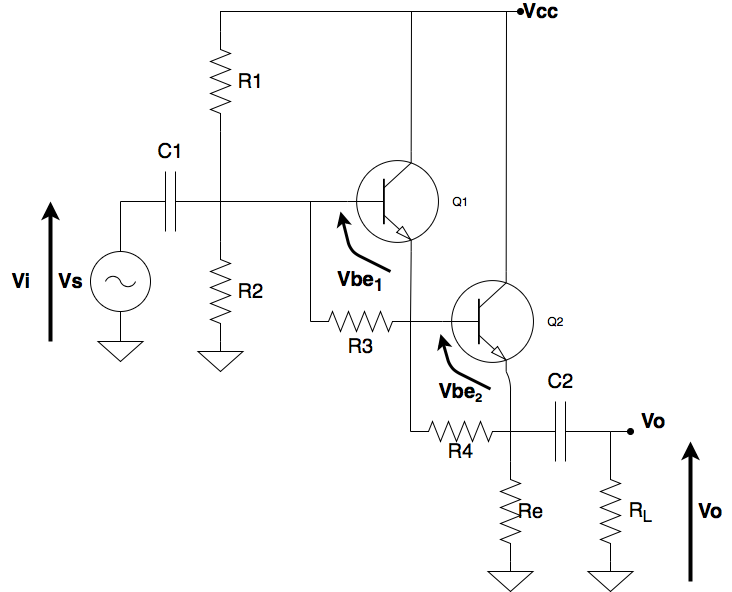
Before: TP1/Informe/Imagenes/darlington_tp.png, a diagram exported from draw.io (malenamuller/Electronica_1). Source tidied: cells renumbered, new cells last; positions are measured from the earlier drawing's top-left corner, leaving out a move shared by most shapes. Source of this version:
```xml
<mxGraphModel>
  <root>
    <mxCell id="0" />
    <mxCell id="1" parent="0" />
    <mxCell id="2" style="verticalLabelPosition=bottom;shadow=0;dashed=0;align=center;fillColor=#ffffff;html=1;verticalAlign=top;strokeWidth=1;shape=mxgraph.electrical.transistors.npn_transistor_1;" parent="1" vertex="1">
      <mxGeometry x="345" y="150" width="95" height="100" as="geometry" />
    </mxCell>
    <mxCell id="3" style="verticalLabelPosition=bottom;shadow=0;dashed=0;align=center;fillColor=#ffffff;html=1;verticalAlign=top;strokeWidth=1;shape=mxgraph.electrical.transistors.npn_transistor_1;" parent="1" vertex="1">
      <mxGeometry x="440" y="270" width="95" height="100" as="geometry" />
    </mxCell>
    <mxCell id="4" style="endArrow=none;html=1;entryX=0.7;entryY=1;entryDx=0;entryDy=0;entryPerimeter=0;exitX=0;exitY=0.5;exitDx=0;exitDy=0;exitPerimeter=0;rounded=0;" parent="1" edge="1" source="3" target="2">
      <mxGeometry relative="1" as="geometry">
        <Array as="points">
          <mxPoint x="410" y="320" />
        </Array>
      </mxGeometry>
    </mxCell>
    <mxCell id="5" style="verticalLabelPosition=bottom;shadow=0;dashed=0;align=center;fillColor=#ffffff;html=1;verticalAlign=top;strokeWidth=1;shape=mxgraph.electrical.resistors.resistor_2;" parent="1" vertex="1">
      <mxGeometry x="310" y="310" width="100" height="20" as="geometry" />
    </mxCell>
    <mxCell id="6" style="verticalLabelPosition=bottom;shadow=0;dashed=0;align=center;fillColor=#ffffff;html=1;verticalAlign=top;strokeWidth=1;shape=mxgraph.electrical.resistors.resistor_2;" parent="1" vertex="1">
      <mxGeometry x="410" y="420" width="100" height="20" as="geometry" />
    </mxCell>
    <mxCell id="7" style="verticalLabelPosition=bottom;shadow=0;dashed=0;align=center;fillColor=#ffffff;html=1;verticalAlign=top;strokeWidth=1;shape=mxgraph.electrical.resistors.resistor_2;rotation=-90;" parent="1" vertex="1">
      <mxGeometry x="460" y="500" width="100" height="20" as="geometry" />
    </mxCell>
    <mxCell id="8" style="endArrow=none;html=1;entryX=1;entryY=0.5;entryDx=0;entryDy=0;entryPerimeter=0;" parent="1" edge="1" target="5">
      <mxGeometry relative="1" as="geometry">
        <mxPoint x="410" y="430" as="sourcePoint" />
      </mxGeometry>
    </mxCell>
    <mxCell id="9" style="endArrow=none;html=1;entryX=0.7;entryY=1;entryDx=0;entryDy=0;entryPerimeter=0;exitX=1;exitY=0.5;exitDx=0;exitDy=0;exitPerimeter=0;" parent="1" edge="1" source="6" target="3">
      <mxGeometry relative="1" as="geometry">
        <Array as="points">
          <mxPoint x="510" y="380" />
        </Array>
      </mxGeometry>
    </mxCell>
    <mxCell id="10" style="verticalLabelPosition=bottom;shadow=0;dashed=0;align=center;fillColor=#ffffff;html=1;verticalAlign=top;strokeWidth=1;shape=mxgraph.electrical.capacitors.capacitor_1;" parent="1" vertex="1">
      <mxGeometry x="510" y="400" width="100" height="60" as="geometry" />
    </mxCell>
    <mxCell id="11" style="verticalLabelPosition=bottom;shadow=0;dashed=0;align=center;fillColor=#ffffff;html=1;verticalAlign=top;strokeWidth=1;shape=mxgraph.electrical.resistors.resistor_2;rotation=-90;" parent="1" vertex="1">
      <mxGeometry x="560" y="500" width="100" height="20" as="geometry" />
    </mxCell>
    <mxCell id="12" style="endArrow=none;html=1;entryX=0;entryY=0.5;entryDx=0;entryDy=0;entryPerimeter=0;exitX=1;exitY=0.5;exitDx=0;exitDy=0;exitPerimeter=0;" parent="1" edge="1" source="7" target="10">
      <mxGeometry relative="1" as="geometry" />
    </mxCell>
    <mxCell id="13" style="endArrow=none;html=1;entryX=0;entryY=0.5;entryDx=0;entryDy=0;entryPerimeter=0;exitX=1;exitY=0.5;exitDx=0;exitDy=0;exitPerimeter=0;" parent="1" edge="1">
      <mxGeometry relative="1" as="geometry">
        <mxPoint x="610" y="470" as="sourcePoint" />
        <mxPoint x="610" y="430" as="targetPoint" />
      </mxGeometry>
    </mxCell>
    <mxCell id="14" style="endArrow=none;html=1;exitX=0;exitY=0.5;exitDx=0;exitDy=0;exitPerimeter=0;entryX=0;entryY=0.5;entryDx=0;entryDy=0;entryPerimeter=0;rounded=0;" parent="1" edge="1" source="5" target="2">
      <mxGeometry relative="1" as="geometry">
        <Array as="points">
          <mxPoint x="310" y="200" />
        </Array>
      </mxGeometry>
    </mxCell>
    <mxCell id="15" style="verticalLabelPosition=bottom;shadow=0;dashed=0;align=center;fillColor=#ffffff;html=1;verticalAlign=top;strokeWidth=1;shape=mxgraph.electrical.resistors.resistor_2;rotation=-90;" parent="1" vertex="1">
      <mxGeometry x="170" y="280" width="100" height="20" as="geometry" />
    </mxCell>
    <mxCell id="16" style="endArrow=none;html=1;exitX=1;exitY=0.5;exitDx=0;exitDy=0;exitPerimeter=0;rounded=0;" parent="1" edge="1">
      <mxGeometry relative="1" as="geometry">
        <mxPoint x="220" y="240" as="sourcePoint" />
        <mxPoint x="320" y="200" as="targetPoint" />
        <Array as="points">
          <mxPoint x="220" y="200" />
        </Array>
      </mxGeometry>
    </mxCell>
    <mxCell id="17" style="verticalLabelPosition=bottom;shadow=0;dashed=0;align=center;fillColor=#ffffff;html=1;verticalAlign=top;strokeWidth=1;shape=mxgraph.electrical.capacitors.capacitor_1;" parent="1" vertex="1">
      <mxGeometry x="120" y="170" width="100" height="60" as="geometry" />
    </mxCell>
    <mxCell id="18" style="verticalLabelPosition=bottom;shadow=0;dashed=0;align=center;fillColor=#ffffff;html=1;verticalAlign=top;strokeWidth=1;shape=mxgraph.electrical.signal_sources.ac_source;" parent="1" vertex="1">
      <mxGeometry x="90" y="250" width="60" height="60" as="geometry" />
    </mxCell>
    <mxCell id="19" style="endArrow=none;html=1;entryX=0;entryY=0.5;entryDx=0;entryDy=0;entryPerimeter=0;exitX=0.5;exitY=0;exitDx=0;exitDy=0;exitPerimeter=0;" parent="1" edge="1" source="18" target="17">
      <mxGeometry relative="1" as="geometry" />
    </mxCell>
    <mxCell id="20" style="endArrow=none;html=1;entryX=0.5;entryY=1;entryDx=0;entryDy=0;entryPerimeter=0;" parent="1" edge="1" target="18">
      <mxGeometry relative="1" as="geometry">
        <mxPoint x="120" y="340" as="sourcePoint" />
      </mxGeometry>
    </mxCell>
    <mxCell id="21" style="verticalLabelPosition=bottom;shadow=0;dashed=0;align=center;fillColor=#ffffff;html=1;verticalAlign=top;strokeWidth=1;shape=mxgraph.electrical.signal_sources.signal_ground;" parent="1" vertex="1">
      <mxGeometry x="97.5" y="330" width="45" height="30" as="geometry" />
    </mxCell>
    <mxCell id="22" style="verticalLabelPosition=bottom;shadow=0;dashed=0;align=center;fillColor=#ffffff;html=1;verticalAlign=top;strokeWidth=1;shape=mxgraph.electrical.signal_sources.signal_ground;" parent="1" vertex="1">
      <mxGeometry x="197.5" y="340" width="45" height="30" as="geometry" />
    </mxCell>
    <mxCell id="23" style="verticalLabelPosition=bottom;shadow=0;dashed=0;align=center;fillColor=#ffffff;html=1;verticalAlign=top;strokeWidth=1;shape=mxgraph.electrical.signal_sources.signal_ground;" parent="1" vertex="1">
      <mxGeometry x="487.5" y="560" width="45" height="30" as="geometry" />
    </mxCell>
    <mxCell id="24" style="verticalLabelPosition=bottom;shadow=0;dashed=0;align=center;fillColor=#ffffff;html=1;verticalAlign=top;strokeWidth=1;shape=mxgraph.electrical.signal_sources.signal_ground;" parent="1" vertex="1">
      <mxGeometry x="587.5" y="560" width="45" height="30" as="geometry" />
    </mxCell>
    <mxCell id="25" style="verticalLabelPosition=bottom;shadow=0;dashed=0;align=center;fillColor=#ffffff;html=1;verticalAlign=top;strokeWidth=1;shape=mxgraph.electrical.resistors.resistor_2;rotation=-90;" parent="1" vertex="1">
      <mxGeometry x="170" y="70" width="100" height="20" as="geometry" />
    </mxCell>
    <mxCell id="26" style="endArrow=none;html=1;entryX=0;entryY=0.5;entryDx=0;entryDy=0;entryPerimeter=0;exitX=1;exitY=0.5;exitDx=0;exitDy=0;exitPerimeter=0;" parent="1" edge="1" source="17" target="25">
      <mxGeometry relative="1" as="geometry" />
    </mxCell>
    <mxCell id="27" style="endArrow=none;html=1;entryX=0.7;entryY=0;entryDx=0;entryDy=0;entryPerimeter=0;" parent="1" edge="1" target="3">
      <mxGeometry relative="1" as="geometry">
        <mxPoint x="506" y="10" as="sourcePoint" />
      </mxGeometry>
    </mxCell>
    <mxCell id="28" style="endArrow=none;html=1;entryX=0.7;entryY=0;entryDx=0;entryDy=0;entryPerimeter=0;rounded=0;startArrow=oval;startFill=1;" parent="1" edge="1" target="2">
      <mxGeometry relative="1" as="geometry">
        <mxPoint x="520" y="10" as="sourcePoint" />
        <Array as="points">
          <mxPoint x="460" y="10" />
          <mxPoint x="411" y="10" />
        </Array>
      </mxGeometry>
    </mxCell>
    <mxCell id="29" style="endArrow=none;html=1;exitX=1;exitY=0.5;exitDx=0;exitDy=0;exitPerimeter=0;rounded=0;" parent="1" edge="1" source="25">
      <mxGeometry relative="1" as="geometry">
        <mxPoint x="420" y="10" as="targetPoint" />
        <Array as="points">
          <mxPoint x="220" y="10" />
        </Array>
      </mxGeometry>
    </mxCell>
    <mxCell id="30" value="&lt;b&gt;&lt;font style=&quot;font-size: 20px&quot;&gt;Vcc&lt;/font&gt;&lt;/b&gt;" style="text;html=1;strokeColor=none;fillColor=none;align=center;verticalAlign=middle;whiteSpace=wrap;rounded=0;" parent="1" vertex="1">
      <mxGeometry x="520" width="40" height="20" as="geometry" />
    </mxCell>
    <mxCell id="31" value="&lt;b&gt;&lt;font style=&quot;font-size: 20px&quot;&gt;Vs&lt;/font&gt;&lt;/b&gt;" style="text;html=1;strokeColor=none;fillColor=none;align=center;verticalAlign=middle;whiteSpace=wrap;rounded=0;" parent="1" vertex="1">
      <mxGeometry x="50" y="270" width="40" height="20" as="geometry" />
    </mxCell>
    <mxCell id="32" value="&lt;span style=&quot;font-size: 20px&quot;&gt;C1&lt;/span&gt;" style="text;html=1;strokeColor=none;fillColor=none;align=center;verticalAlign=middle;whiteSpace=wrap;rounded=0;" parent="1" vertex="1">
      <mxGeometry x="150" y="140" width="40" height="20" as="geometry" />
    </mxCell>
    <mxCell id="33" value="&lt;span style=&quot;font-size: 20px&quot;&gt;C2&lt;/span&gt;" style="text;html=1;strokeColor=none;fillColor=none;align=center;verticalAlign=middle;whiteSpace=wrap;rounded=0;" parent="1" vertex="1">
      <mxGeometry x="540" y="370" width="40" height="20" as="geometry" />
    </mxCell>
    <mxCell id="34" value="&lt;span style=&quot;font-size: 20px&quot;&gt;R1&lt;/span&gt;" style="text;html=1;strokeColor=none;fillColor=none;align=center;verticalAlign=middle;whiteSpace=wrap;rounded=0;" parent="1" vertex="1">
      <mxGeometry x="230" y="70" width="40" height="20" as="geometry" />
    </mxCell>
    <mxCell id="35" value="&lt;span style=&quot;font-size: 20px&quot;&gt;R2&lt;/span&gt;" style="text;html=1;strokeColor=none;fillColor=none;align=center;verticalAlign=middle;whiteSpace=wrap;rounded=0;" parent="1" vertex="1">
      <mxGeometry x="230" y="280" width="40" height="20" as="geometry" />
    </mxCell>
    <mxCell id="36" value="&lt;span style=&quot;font-size: 20px&quot;&gt;R3&lt;/span&gt;" style="text;html=1;strokeColor=none;fillColor=none;align=center;verticalAlign=middle;whiteSpace=wrap;rounded=0;" parent="1" vertex="1">
      <mxGeometry x="340" y="335" width="40" height="20" as="geometry" />
    </mxCell>
    <mxCell id="37" value="&lt;span style=&quot;font-size: 20px&quot;&gt;R4&lt;/span&gt;" style="text;html=1;strokeColor=none;fillColor=none;align=center;verticalAlign=middle;whiteSpace=wrap;rounded=0;" parent="1" vertex="1">
      <mxGeometry x="440" y="440" width="40" height="20" as="geometry" />
    </mxCell>
    <mxCell id="38" value="&lt;span style=&quot;font-size: 20px&quot;&gt;Re&lt;/span&gt;" style="text;html=1;strokeColor=none;fillColor=none;align=center;verticalAlign=middle;whiteSpace=wrap;rounded=0;" parent="1" vertex="1">
      <mxGeometry x="510" y="500" width="40" height="20" as="geometry" />
    </mxCell>
    <mxCell id="39" value="&lt;span style=&quot;font-size: 20px&quot;&gt;R&lt;sub&gt;L&lt;/sub&gt;&lt;/span&gt;" style="text;html=1;strokeColor=none;fillColor=none;align=center;verticalAlign=middle;whiteSpace=wrap;rounded=0;" parent="1" vertex="1">
      <mxGeometry x="620" y="500" width="40" height="20" as="geometry" />
    </mxCell>
    <mxCell id="40" style="endArrow=classic;html=1;strokeWidth=4;" parent="1" edge="1">
      <mxGeometry relative="1" as="geometry">
        <mxPoint x="50" y="340" as="sourcePoint" />
        <mxPoint x="50" y="200" as="targetPoint" />
      </mxGeometry>
    </mxCell>
    <mxCell id="41" style="endArrow=classic;html=1;strokeWidth=4;" parent="1" edge="1">
      <mxGeometry relative="1" as="geometry">
        <mxPoint x="690" y="580" as="sourcePoint" />
        <mxPoint x="690" y="440" as="targetPoint" />
      </mxGeometry>
    </mxCell>
    <mxCell id="42" value="&lt;b&gt;&lt;font style=&quot;font-size: 20px&quot;&gt;Vi&lt;/font&gt;&lt;/b&gt;" style="text;html=1;strokeColor=none;fillColor=none;align=center;verticalAlign=middle;whiteSpace=wrap;rounded=0;" parent="1" vertex="1">
      <mxGeometry y="270" width="40" height="20" as="geometry" />
    </mxCell>
    <mxCell id="43" value="&lt;b&gt;&lt;font style=&quot;font-size: 20px&quot;&gt;Vo&lt;br&gt;&lt;/font&gt;&lt;/b&gt;" style="text;html=1;strokeColor=none;fillColor=none;align=center;verticalAlign=middle;whiteSpace=wrap;rounded=0;" parent="1" vertex="1">
      <mxGeometry x="690" y="500" width="40" height="20" as="geometry" />
    </mxCell>
    <mxCell id="44" style="endArrow=none;html=1;strokeWidth=1;entryX=1;entryY=0.5;entryDx=0;entryDy=0;entryPerimeter=0;startArrow=oval;startFill=1;" parent="1" edge="1" target="10">
      <mxGeometry relative="1" as="geometry">
        <mxPoint x="630" y="430" as="sourcePoint" />
      </mxGeometry>
    </mxCell>
    <mxCell id="45" value="&lt;b&gt;&lt;font style=&quot;font-size: 20px&quot;&gt;Vo&lt;br&gt;&lt;/font&gt;&lt;/b&gt;" style="text;html=1;strokeColor=none;fillColor=none;align=center;verticalAlign=middle;whiteSpace=wrap;rounded=0;" parent="1" vertex="1">
      <mxGeometry x="632.5" y="410" width="40" height="20" as="geometry" />
    </mxCell>
    <mxCell id="46" value="Q1" style="text;html=1;strokeColor=none;fillColor=none;align=center;verticalAlign=middle;whiteSpace=wrap;rounded=0;" parent="1" vertex="1">
      <mxGeometry x="440" y="190" width="40" height="20" as="geometry" />
    </mxCell>
    <mxCell id="47" value="Q2" style="text;html=1;strokeColor=none;fillColor=none;align=center;verticalAlign=middle;whiteSpace=wrap;rounded=0;" parent="1" vertex="1">
      <mxGeometry x="535" y="310" width="40" height="20" as="geometry" />
    </mxCell>
    <mxCell id="48" style="endArrow=classic;html=1;strokeWidth=3;" parent="1" edge="1">
      <mxGeometry relative="1" as="geometry">
        <mxPoint x="390" y="270" as="sourcePoint" />
        <mxPoint x="340" y="210" as="targetPoint" />
        <Array as="points">
          <mxPoint x="350" y="250" />
        </Array>
      </mxGeometry>
    </mxCell>
    <mxCell id="49" style="endArrow=classic;html=1;strokeWidth=3;" parent="1" edge="1">
      <mxGeometry relative="1" as="geometry">
        <mxPoint x="490" y="387.5" as="sourcePoint" />
        <mxPoint x="440" y="332.5" as="targetPoint" />
        <Array as="points">
          <mxPoint x="450" y="367.5" />
        </Array>
      </mxGeometry>
    </mxCell>
    <mxCell id="50" value="&lt;b&gt;&lt;font style=&quot;font-size: 20px&quot;&gt;Vbe&lt;sub&gt;1&lt;/sub&gt;&lt;/font&gt;&lt;/b&gt;" style="text;html=1;strokeColor=none;fillColor=none;align=center;verticalAlign=middle;whiteSpace=wrap;rounded=0;" parent="1" vertex="1">
      <mxGeometry x="340" y="270" width="40" height="20" as="geometry" />
    </mxCell>
    <mxCell id="51" value="&lt;b&gt;&lt;font style=&quot;font-size: 20px&quot;&gt;Vbe&lt;/font&gt;&lt;font size=&quot;3&quot;&gt;&lt;sub&gt;2&lt;/sub&gt;&lt;/font&gt;&lt;/b&gt;" style="text;html=1;strokeColor=none;fillColor=none;align=center;verticalAlign=middle;whiteSpace=wrap;rounded=0;" parent="1" vertex="1">
      <mxGeometry x="440" y="380" width="40" height="20" as="geometry" />
    </mxCell>
  </root>
</mxGraphModel>
```
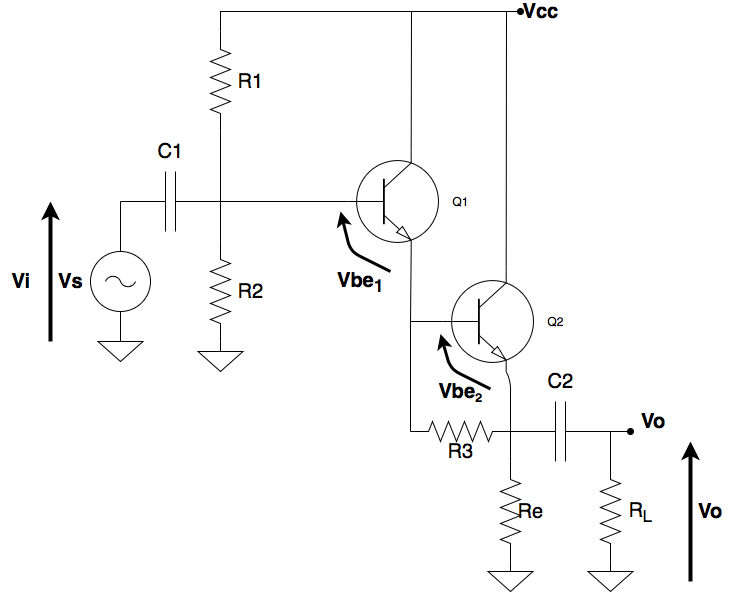
Later version of the same file.

Change to the diagram source:
```diff
@@ -15,18 +15,16 @@
         </Array>
       </mxGeometry>
     </mxCell>
-    <mxCell id="5" style="verticalLabelPosition=bottom;shadow=0;dashed=0;align=center;fillColor=#ffffff;html=1;verticalAlign=top;strokeWidth=1;shape=mxgraph.electrical.resistors.resistor_2;" parent="1" vertex="1">
-      <mxGeometry x="310" y="310" width="100" height="20" as="geometry" />
-    </mxCell>
     <mxCell id="6" style="verticalLabelPosition=bottom;shadow=0;dashed=0;align=center;fillColor=#ffffff;html=1;verticalAlign=top;strokeWidth=1;shape=mxgraph.electrical.resistors.resistor_2;" parent="1" vertex="1">
       <mxGeometry x="410" y="420" width="100" height="20" as="geometry" />
     </mxCell>
     <mxCell id="7" style="verticalLabelPosition=bottom;shadow=0;dashed=0;align=center;fillColor=#ffffff;html=1;verticalAlign=top;strokeWidth=1;shape=mxgraph.electrical.resistors.resistor_2;rotation=-90;" parent="1" vertex="1">
       <mxGeometry x="460" y="500" width="100" height="20" as="geometry" />
     </mxCell>
-    <mxCell id="8" style="endArrow=none;html=1;entryX=1;entryY=0.5;entryDx=0;entryDy=0;entryPerimeter=0;" parent="1" edge="1" target="5">
+    <mxCell id="8" style="endArrow=none;html=1;entryX=1;entryY=0.5;entryDx=0;entryDy=0;entryPerimeter=0;" parent="1" edge="1">
       <mxGeometry relative="1" as="geometry">
         <mxPoint x="410" y="430" as="sourcePoint" />
+        <mxPoint x="410" y="320" as="targetPoint" />
       </mxGeometry>
     </mxCell>
     <mxCell id="9" style="endArrow=none;html=1;entryX=0.7;entryY=1;entryDx=0;entryDy=0;entryPerimeter=0;exitX=1;exitY=0.5;exitDx=0;exitDy=0;exitPerimeter=0;" parent="1" edge="1" source="6" target="3">
@@ -51,20 +49,12 @@
         <mxPoint x="610" y="430" as="targetPoint" />
       </mxGeometry>
     </mxCell>
-    <mxCell id="14" style="endArrow=none;html=1;exitX=0;exitY=0.5;exitDx=0;exitDy=0;exitPerimeter=0;entryX=0;entryY=0.5;entryDx=0;entryDy=0;entryPerimeter=0;rounded=0;" parent="1" edge="1" source="5" target="2">
-      <mxGeometry relative="1" as="geometry">
-        <Array as="points">
-          <mxPoint x="310" y="200" />
-        </Array>
-      </mxGeometry>
-    </mxCell>
     <mxCell id="15" style="verticalLabelPosition=bottom;shadow=0;dashed=0;align=center;fillColor=#ffffff;html=1;verticalAlign=top;strokeWidth=1;shape=mxgraph.electrical.resistors.resistor_2;rotation=-90;" parent="1" vertex="1">
       <mxGeometry x="170" y="280" width="100" height="20" as="geometry" />
     </mxCell>
-    <mxCell id="16" style="endArrow=none;html=1;exitX=1;exitY=0.5;exitDx=0;exitDy=0;exitPerimeter=0;rounded=0;" parent="1" edge="1">
+    <mxCell id="16" style="endArrow=none;html=1;exitX=1;exitY=0.5;exitDx=0;exitDy=0;exitPerimeter=0;rounded=0;entryX=0;entryY=0.5;entryDx=0;entryDy=0;entryPerimeter=0;" parent="1" edge="1" target="2">
       <mxGeometry relative="1" as="geometry">
         <mxPoint x="220" y="240" as="sourcePoint" />
-        <mxPoint x="320" y="200" as="targetPoint" />
         <Array as="points">
           <mxPoint x="220" y="200" />
         </Array>
@@ -143,11 +133,8 @@
       <mxGeometry x="230" y="280" width="40" height="20" as="geometry" />
     </mxCell>
     <mxCell id="36" value="&lt;span style=&quot;font-size: 20px&quot;&gt;R3&lt;/span&gt;" style="text;html=1;strokeColor=none;fillColor=none;align=center;verticalAlign=middle;whiteSpace=wrap;rounded=0;" parent="1" vertex="1">
-      <mxGeometry x="340" y="335" width="40" height="20" as="geometry" />
+      <mxGeometry x="440" y="440" width="40" height="20" as="geometry" />
     </mxCell>
-    <mxCell id="37" value="&lt;span style=&quot;font-size: 20px&quot;&gt;R4&lt;/span&gt;" style="text;html=1;strokeColor=none;fillColor=none;align=center;verticalAlign=middle;whiteSpace=wrap;rounded=0;" parent="1" vertex="1">
-      <mxGeometry x="440" y="440" width="40" height="20" as="geometry" />
-    </mxCell>
     <mxCell id="38" value="&lt;span style=&quot;font-size: 20px&quot;&gt;Re&lt;/span&gt;" style="text;html=1;strokeColor=none;fillColor=none;align=center;verticalAlign=middle;whiteSpace=wrap;rounded=0;" parent="1" vertex="1">
       <mxGeometry x="510" y="500" width="40" height="20" as="geometry" />
     </mxCell>
```
